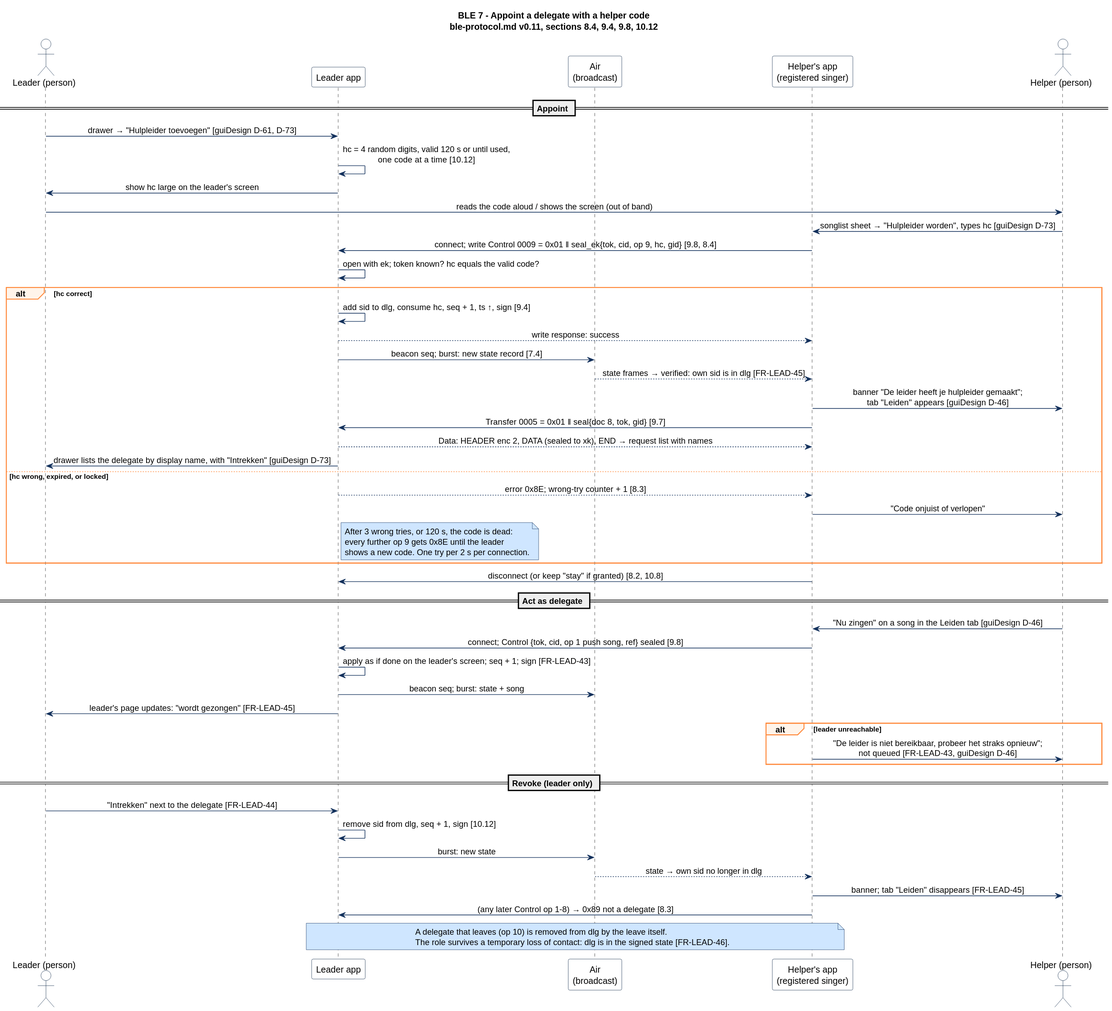
Above: design/ble/seq-07-helper-code-delegate.svg in pe1mew/Zangbundel (PlantUML), before the change.
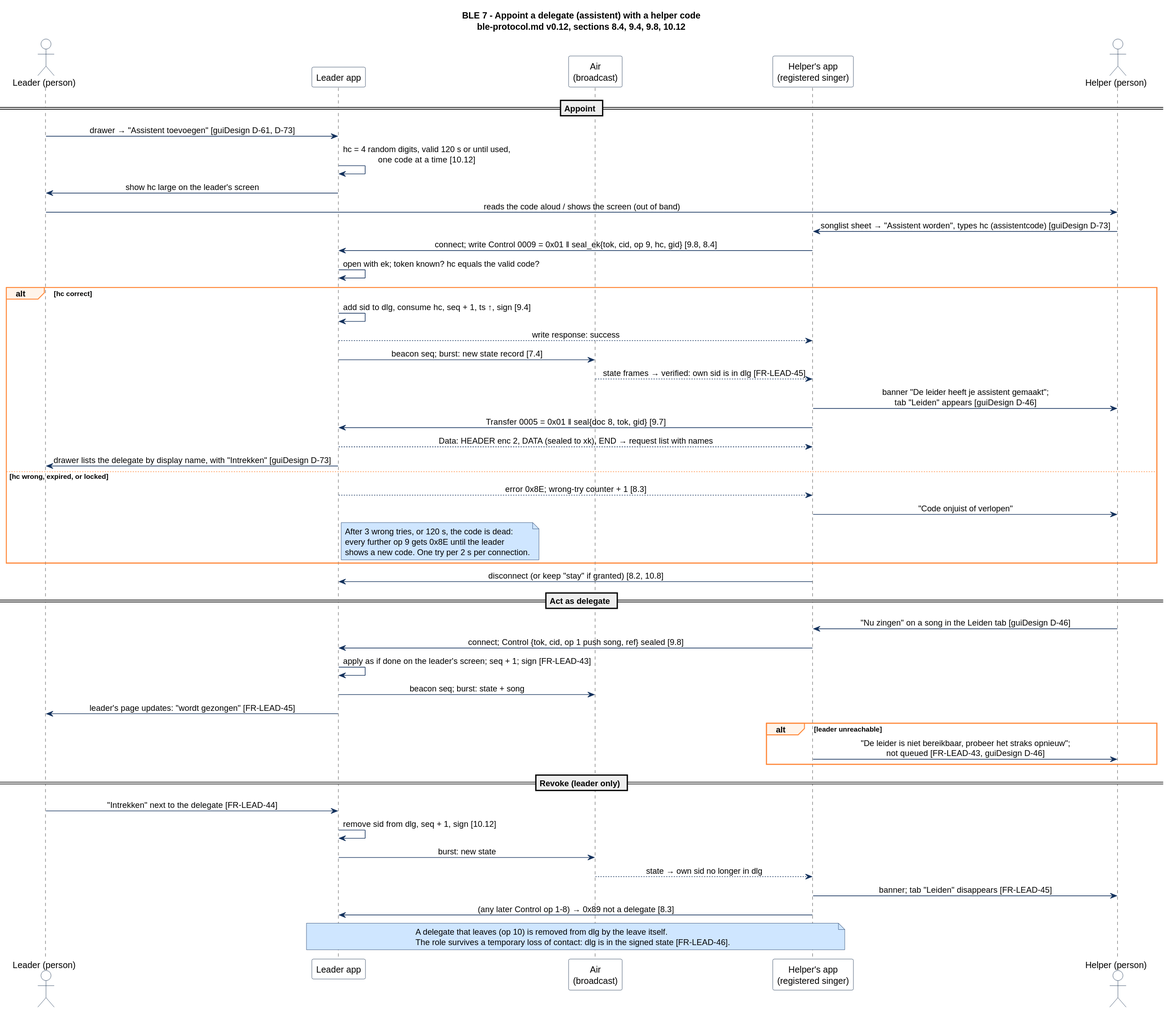
The same diagram one commit later.

Diff of the diagram source:
```diff
@@ -1,6 +1,6 @@
 @startuml
 
-title BLE 7 - Appoint a delegate with a helper code\nble-protocol.md v0.11, sections 8.4, 9.4, 9.8, 10.12
+title BLE 7 - Appoint a delegate (assistent) with a helper code\nble-protocol.md v0.12, sections 8.4, 9.4, 9.8, 10.12
 
 skinparam shadowing false
 skinparam defaultFontName "Segoe UI, Roboto, sans-serif"
@@ -22,11 +22,11 @@
 actor "Helper (person)" as H
 
 == Appoint ==
-U -> L : drawer → "Hulpleider toevoegen"  [guiDesign D-61, D-73]
+U -> L : drawer → "Assistent toevoegen"  [guiDesign D-61, D-73]
 L -> L : hc = 4 random digits, valid 120 s or until used,\none code at a time  [10.12]
 L -> U : show hc large on the leader's screen
 U -> H : reads the code aloud / shows the screen (out of band)
-H -> D : songlist sheet → "Hulpleider worden", types hc  [guiDesign D-73]
+H -> D : songlist sheet → "Assistent worden", types hc (assistentcode)  [guiDesign D-73]
 D -> L : connect; write Control 0009 = 0x01 ‖ seal_ek{tok, cid, op 9, hc, gid}  [9.8, 8.4]
 L -> L : open with ek; token known? hc equals the valid code?
 alt hc correct
@@ -34,7 +34,7 @@
   L --> D : write response: success
   L -> AIR : beacon seq; burst: new state record  [7.4]
   AIR --> D : state frames → verified: own sid is in dlg  [FR-LEAD-45]
-  D -> H : banner "De leider heeft je hulpleider gemaakt";\ntab "Leiden" appears  [guiDesign D-46]
+  D -> H : banner "De leider heeft je assistent gemaakt";\ntab "Leiden" appears  [guiDesign D-46]
   D -> L : Transfer 0005 = 0x01 ‖ seal{doc 8, tok, gid}  [9.7]
   L --> D : Data: HEADER enc 2, DATA (sealed to xk), END → request list with names
   L -> U : drawer lists the delegate by display name, with "Intrekken"  [guiDesign D-73]
```
